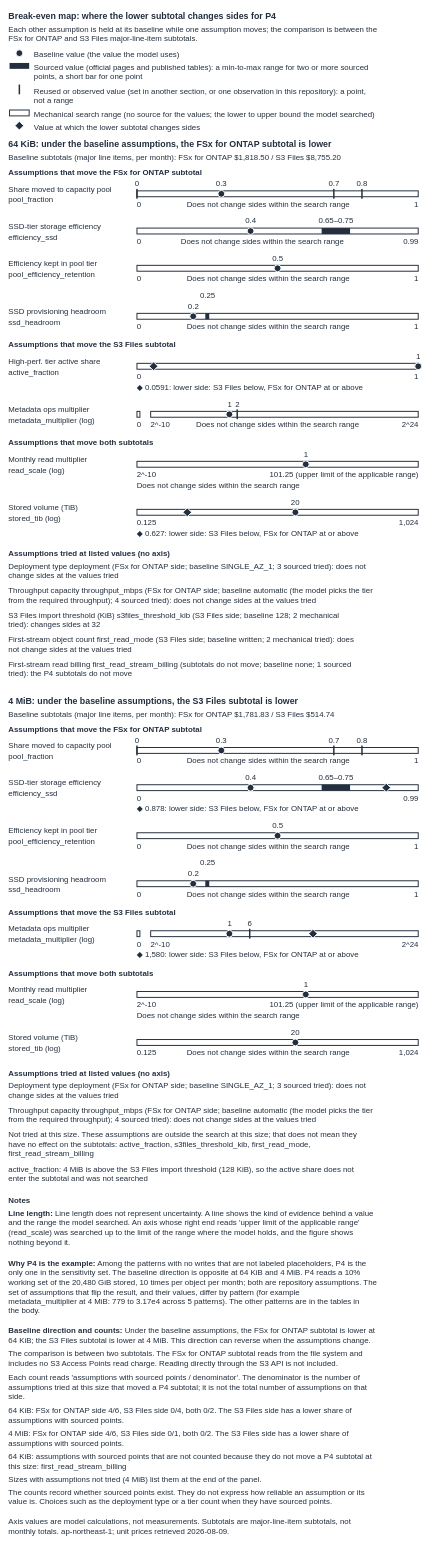
The draw.io diagram docs/_assets/diagrams/s3burst-s3files-breakeven-map-en.drawio in Yoshiki0705/S3-Burst-on-ONTAP-Files, before the edit. Source tidied: cells renumbered, new cells numbered last; positions are measured from the earlier drawing's top-left corner, leaving out a move shared by most shapes. Both pictures are drawn from the tidied source at 49%, with x=0, y=0 at pixel (8, 8).
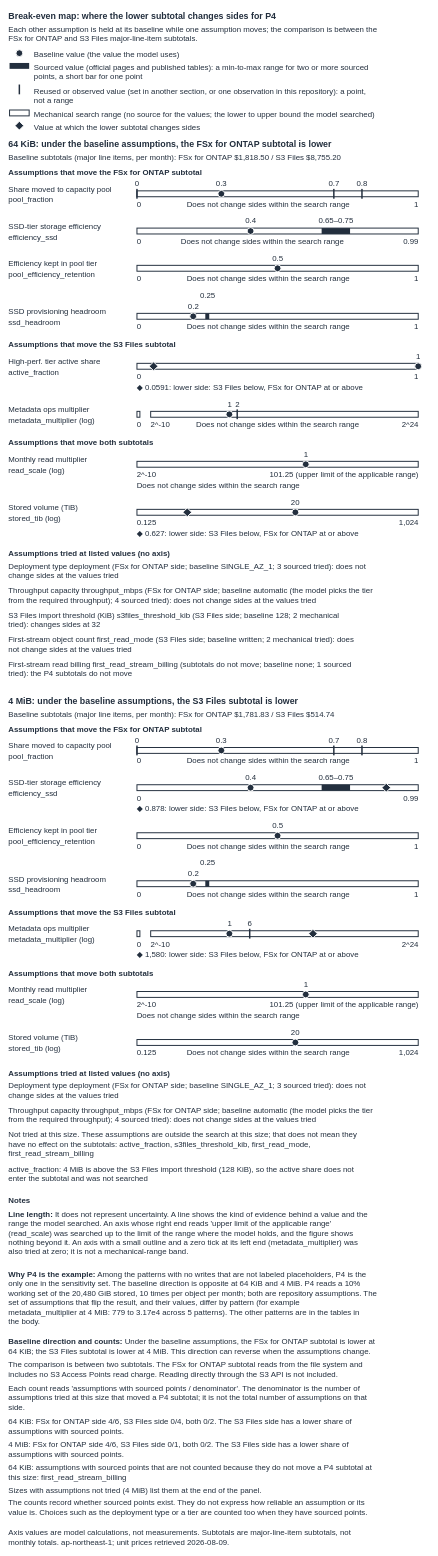
The same page after the edit.

Commit message (it also covers changes not shown here):
fix: complete EN note sentence and explain zero tick in map

Diff of the diagram source:
```diff
@@
-    <mxCell id="188" value="&lt;b&gt;Line length:&lt;/b&gt; Line length does not represent uncertainty. A line shows the kind of evidence behind a value&lt;br&gt;and the range the model searched. An axis whose right end reads &amp;#x27;upper limit of the applicable range&amp;#x27;&lt;br&gt;(read_scale) was searched up to the limit of the range where the model holds, and the figure shows&lt;br&gt;nothing beyond it." style="text;html=1;whiteSpace=nowrap;overflow=visible;align=left;verticalAlign=middle;spacing=0;spacingLeft=0;spacingRight=0;spacingTop=0;spacingBottom=0;fontSize=16;fontColor=#232F3E;fontStyle=0;" parent="1" vertex="1">
-      <mxGeometry y="2444" width="860" height="88" as="geometry" />
+    <mxCell id="188" value="&lt;b&gt;Line length:&lt;/b&gt; It does not represent uncertainty. A line shows the kind of evidence behind a value and the&lt;br&gt;range the model searched. An axis whose right end reads &amp;#x27;upper limit of the applicable range&amp;#x27;&lt;br&gt;(read_scale) was searched up to the limit of the range where the model holds, and the figure shows&lt;br&gt;nothing beyond it. An axis with a small outline and a zero tick at its left end (metadata_multiplier) was&lt;br&gt;also tried at zero; it is not a mechanical-range band." style="text;html=1;whiteSpace=nowrap;overflow=visible;align=left;verticalAlign=middle;spacing=0;spacingLeft=0;spacingRight=0;spacingTop=0;spacingBottom=0;fontSize=16;fontColor=#232F3E;fontStyle=0;" parent="1" vertex="1">
+      <mxGeometry y="2444" width="860" height="110" as="geometry" />
     </mxCell>
     <mxCell id="189" value="&lt;b&gt;Why P4 is the example:&lt;/b&gt; Among the patterns with no writes that are not labeled placeholders, P4 is the&lt;br&gt;only one in the sensitivity set. The baseline direction is opposite at 64 KiB and 4 MiB. P4 reads a 10%&lt;br&gt;working set of the 20,480 GiB stored, 10 times per object per month; both are repository assumptions. The&lt;br&gt;set of assumptions that flip the result, and their values, differ by pattern (for example&lt;br&gt;metadata_multiplier at 4 MiB: 779 to 3.17e4 across 5 patterns). The other patterns are in the tables in&lt;br&gt;the body." style="text;html=1;whiteSpace=nowrap;overflow=visible;align=left;verticalAlign=middle;spacing=0;spacingLeft=0;spacingRight=0;spacingTop=0;spacingBottom=0;fontSize=16;fontColor=#232F3E;fontStyle=0;" parent="1" vertex="1">
-      <mxGeometry y="2543" width="860" height="132" as="geometry" />
+      <mxGeometry y="2565" width="860" height="132" as="geometry" />
     </mxCell>
     <mxCell id="190" value="&lt;b&gt;Baseline direction and counts:&lt;/b&gt; Under the baseline assumptions, the FSx for ONTAP subtotal is lower at&lt;br&gt;64 KiB; the S3 Files subtotal is lower at 4 MiB. This direction can reverse when the assumptions change." style="text;html=1;whiteSpace=nowrap;overflow=visible;align=left;verticalAlign=middle;spacing=0;spacingLeft=0;spacingRight=0;spacingTop=0;spacingBottom=0;fontSize=16;fontColor=#232F3E;fontStyle=0;" parent="1" vertex="1">
-      <mxGeometry y="2686" width="860" height="44" as="geometry" />
+      <mxGeometry y="2708" width="860" height="44" as="geometry" />
     </mxCell>
     <mxCell id="191" value="The comparison is between two subtotals. The FSx for ONTAP subtotal reads from the file system and&lt;br&gt;includes no S3 Access Points read charge. Reading directly through the S3 API is not included." style="text;html=1;whiteSpace=nowrap;overflow=visible;align=left;verticalAlign=middle;spacing=0;spacingLeft=0;spacingRight=0;spacingTop=0;spacingBottom=0;fontSize=16;fontColor=#232F3E;fontStyle=0;" parent="1" vertex="1">
-      <mxGeometry y="2733" width="860" height="44" as="geometry" />
+      <mxGeometry y="2755" width="860" height="44" as="geometry" />
     </mxCell>
     <mxCell id="192" value="Each count reads &amp;#x27;assumptions with sourced points / denominator&amp;#x27;. The denominator is the number of&lt;br&gt;assumptions tried at this size that moved a P4 subtotal; it is not the total number of assumptions on that&lt;br&gt;side." style="text;html=1;whiteSpace=nowrap;overflow=visible;align=left;verticalAlign=middle;spacing=0;spacingLeft=0;spacingRight=0;spacingTop=0;spacingBottom=0;fontSize=16;fontColor=#232F3E;fontStyle=0;" parent="1" vertex="1">
-      <mxGeometry y="2780" width="860" height="66" as="geometry" />
+      <mxGeometry y="2802" width="860" height="66" as="geometry" />
     </mxCell>
     <mxCell id="193" value="64 KiB: FSx for ONTAP side 4/6, S3 Files side 0/4, both 0/2. The S3 Files side has a lower share of&lt;br&gt;assumptions with sourced points." style="text;html=1;whiteSpace=nowrap;overflow=visible;align=left;verticalAlign=middle;spacing=0;spacingLeft=0;spacingRight=0;spacingTop=0;spacingBottom=0;fontSize=16;fontColor=#232F3E;fontStyle=0;" parent="1" vertex="1">
-      <mxGeometry y="2849" width="860" height="44" as="geometry" />
+      <mxGeometry y="2871" width="860" height="44" as="geometry" />
     </mxCell>
     <mxCell id="194" value="4 MiB: FSx for ONTAP side 4/6, S3 Files side 0/1, both 0/2. The S3 Files side has a lower share of&lt;br&gt;assumptions with sourced points." style="text;html=1;whiteSpace=nowrap;overflow=visible;align=left;verticalAlign=middle;spacing=0;spacingLeft=0;spacingRight=0;spacingTop=0;spacingBottom=0;fontSize=16;fontColor=#232F3E;fontStyle=0;" parent="1" vertex="1">
-      <mxGeometry y="2896" width="860" height="44" as="geometry" />
+      <mxGeometry y="2918" width="860" height="44" as="geometry" />
     </mxCell>
     <mxCell id="195" value="64 KiB: assumptions with sourced points that are not counted because they do not move a P4 subtotal at&lt;br&gt;this size: first_read_stream_billing" style="text;html=1;whiteSpace=nowrap;overflow=visible;align=left;verticalAlign=middle;spacing=0;spacingLeft=0;spacingRight=0;spacingTop=0;spacingBottom=0;fontSize=16;fontColor=#232F3E;fontStyle=0;" parent="1" vertex="1">
-      <mxGeometry y="2943" width="860" height="44" as="geometry" />
+      <mxGeometry y="2965" width="860" height="44" as="geometry" />
     </mxCell>
     <mxCell id="196" value="Sizes with assumptions not tried (4 MiB) list them at the end of the panel." style="text;html=1;whiteSpace=nowrap;overflow=visible;align=left;verticalAlign=middle;spacing=0;spacingLeft=0;spacingRight=0;spacingTop=0;spacingBottom=0;fontSize=16;fontColor=#232F3E;fontStyle=0;" parent="1" vertex="1">
-      <mxGeometry y="2990" width="860" height="22" as="geometry" />
+      <mxGeometry y="3012" width="860" height="22" as="geometry" />
     </mxCell>
-    <mxCell id="197" value="The counts record whether sourced points exist. They do not express how reliable an assumption or its&lt;br&gt;value is. Choices such as the deployment type or a tier count when they have sourced points." style="text;html=1;whiteSpace=nowrap;overflow=visible;align=left;verticalAlign=middle;spacing=0;spacingLeft=0;spacingRight=0;spacingTop=0;spacingBottom=0;fontSize=16;fontColor=#232F3E;fontStyle=0;" parent="1" vertex="1">
-      <mxGeometry y="3015" width="860" height="44" as="geometry" />
+    <mxCell id="197" value="The counts record whether sourced points exist. They do not express how reliable an assumption or its&lt;br&gt;value is. Choices such as the deployment type or a tier are counted too when they have sourced points." style="text;html=1;whiteSpace=nowrap;overflow=visible;align=left;verticalAlign=middle;spacing=0;spacingLeft=0;spacingRight=0;spacingTop=0;spacingBottom=0;fontSize=16;fontColor=#232F3E;fontStyle=0;" parent="1" vertex="1">
+      <mxGeometry y="3037" width="860" height="44" as="geometry" />
     </mxCell>
     <mxCell id="198" value="Axis values are model calculations, not measurements. Subtotals are major-line-item subtotals, not&lt;br&gt;monthly totals. ap-northeast-1; unit prices retrieved 2026-08-09." style="text;html=1;whiteSpace=nowrap;overflow=visible;align=left;verticalAlign=middle;spacing=0;spacingLeft=0;spacingRight=0;spacingTop=0;spacingBottom=0;fontSize=16;fontColor=#232F3E;fontStyle=0;" parent="1" vertex="1">
-      <mxGeometry y="3076" width="860" height="44" as="geometry" />
+      <mxGeometry y="3098" width="860" height="44" as="geometry" />
     </mxCell>
```
